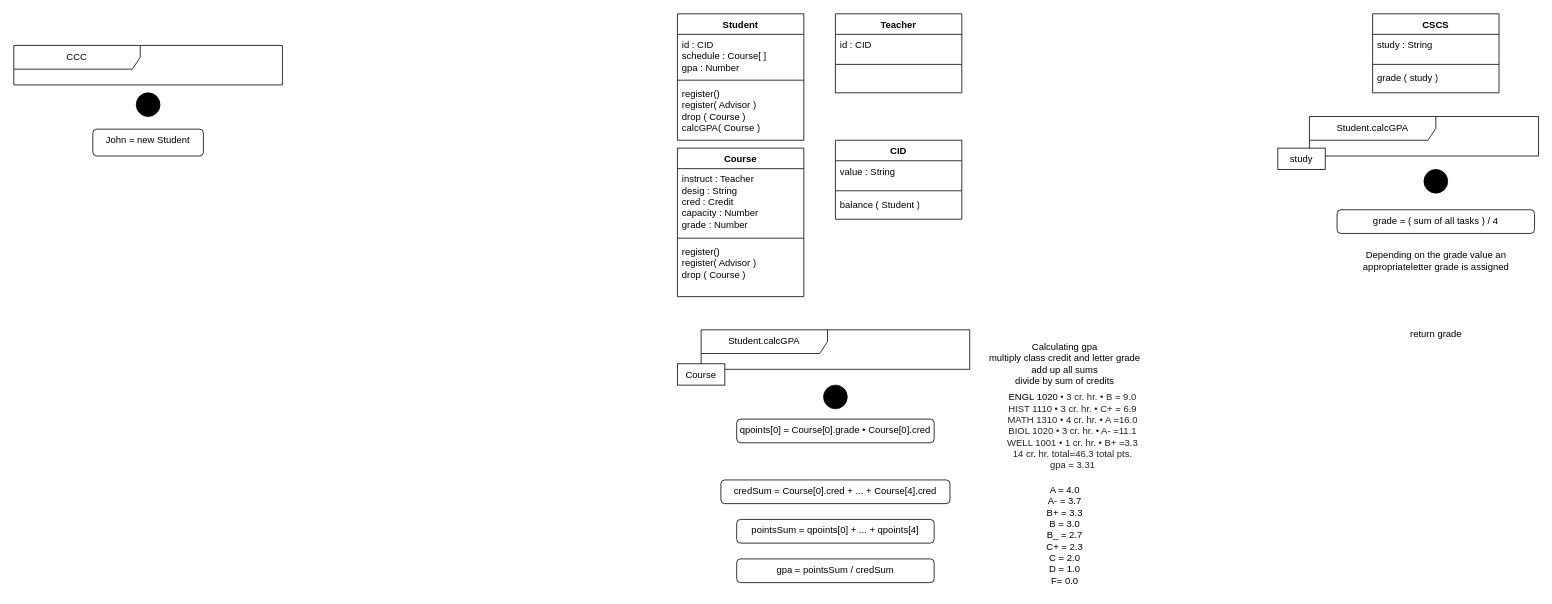
VoltageGP/ccc-model keeps this draw.io diagram as page "CCC" (1 of 3) of ccc-model.drawio. Above is the earlier version. Source tidied: cells renumbered, new cells numbered last; positions are measured from the earlier drawing's top-left corner, leaving out a move shared by most shapes. Both pictures are drawn from the tidied source at 79%, with x=0, y=0 at pixel (13, 13).
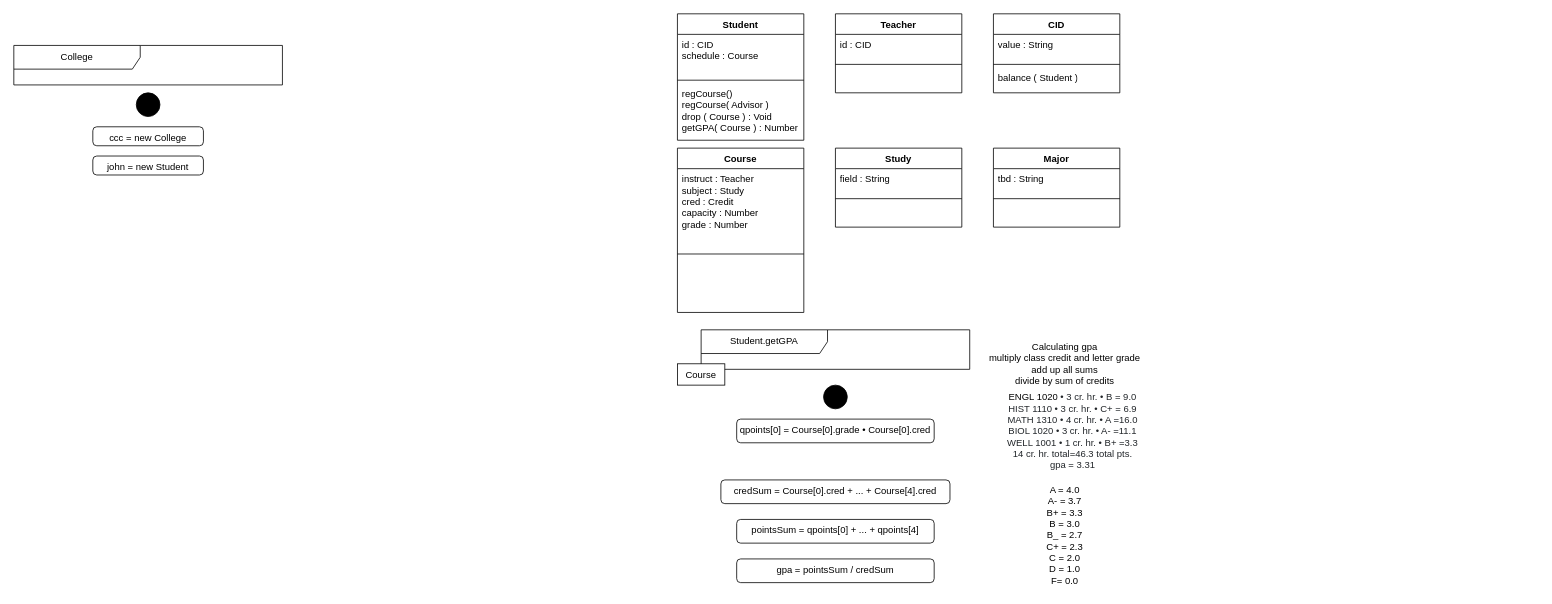
Above is the later version.

Commit message (it also covers changes not shown here):
Changed variable name from keyword register to regCourse, changed names of various other variables

The change refers to these unchanged cells:
```xml
<mxCell id="2" value="Student" style="swimlane;fontStyle=1;align=center;verticalAlign=top;horizontal=1;startSize=26;whiteSpace=wrap;html=1;" parent="1" vertex="1">
  <mxGeometry x="840" width="160" height="160" as="geometry" />
</mxCell>
```

Change to the diagram source:
```diff
@@
-    <mxCell id="3" value="id : CID&lt;br&gt;schedule : Course[ ]&lt;br&gt;gpa : Number" style="text;strokeColor=none;fillColor=none;align=left;verticalAlign=top;spacingLeft=4;spacingRight=4;overflow=hidden;whiteSpace=wrap;html=1;" parent="2" vertex="1">
+    <mxCell id="3" value="id : CID&lt;br&gt;schedule : Course" style="text;strokeColor=none;fillColor=none;align=left;verticalAlign=top;spacingLeft=4;spacingRight=4;overflow=hidden;whiteSpace=wrap;html=1;" parent="2" vertex="1">
       <mxGeometry y="26" width="160" height="54" as="geometry" />
     </mxCell>
@@
-    <mxCell id="5" value="register()&lt;br&gt;register( Advisor )&lt;br&gt;drop ( Course )&lt;br&gt;calcGPA( Course )" style="text;strokeColor=none;fillColor=none;align=left;verticalAlign=top;spacingLeft=4;spacingRight=4;overflow=hidden;whiteSpace=wrap;html=1;" parent="2" vertex="1">
+    <mxCell id="5" value="regCourse()&lt;br&gt;regCourse( Advisor )&lt;br&gt;drop ( Course ) : Void&lt;br&gt;getGPA( Course ) : Number" style="text;strokeColor=none;fillColor=none;align=left;verticalAlign=top;spacingLeft=4;spacingRight=4;overflow=hidden;whiteSpace=wrap;html=1;" parent="2" vertex="1">
       <mxGeometry y="88" width="160" height="72" as="geometry" />
     </mxCell>
     <mxCell id="6" value="Course" style="swimlane;fontStyle=1;align=center;verticalAlign=top;horizontal=1;startSize=26;whiteSpace=wrap;html=1;" parent="1" vertex="1">
-      <mxGeometry x="840" y="170" width="160" height="188" as="geometry" />
+      <mxGeometry x="840" y="170" width="160" height="208" as="geometry" />
     </mxCell>
-    <mxCell id="7" value="instruct : Teacher&lt;br&gt;desig : String&lt;br&gt;cred : Credit&lt;br&gt;capacity : Number&lt;br&gt;grade : Number" style="text;strokeColor=none;fillColor=none;align=left;verticalAlign=top;spacingLeft=4;spacingRight=4;overflow=hidden;whiteSpace=wrap;html=1;" parent="6" vertex="1">
-      <mxGeometry y="26" width="160" height="84" as="geometry" />
+    <mxCell id="7" value="instruct : Teacher&lt;br&gt;subject : Study&lt;br&gt;cred : Credit&lt;br&gt;capacity : Number&lt;br&gt;grade : Number" style="text;strokeColor=none;fillColor=none;align=left;verticalAlign=top;spacingLeft=4;spacingRight=4;overflow=hidden;whiteSpace=wrap;html=1;" parent="6" vertex="1">
+      <mxGeometry y="26" width="160" height="104" as="geometry" />
     </mxCell>
     <mxCell id="8" style="line;strokeWidth=1;fillColor=none;align=left;verticalAlign=middle;spacingTop=-1;spacingLeft=3;spacingRight=3;labelPosition=right;strokeColor=inherit;" parent="6" vertex="1">
-      <mxGeometry y="110" width="160" height="8" as="geometry" />
+      <mxGeometry y="130" width="160" height="8" as="geometry" />
     </mxCell>
-    <mxCell id="9" value="register()&lt;br&gt;register( Advisor )&lt;br&gt;drop ( Course )" style="text;strokeColor=none;fillColor=none;align=left;verticalAlign=top;spacingLeft=4;spacingRight=4;overflow=hidden;whiteSpace=wrap;html=1;" parent="6" vertex="1">
-      <mxGeometry y="118" width="160" height="70" as="geometry" />
+    <mxCell id="9" value="&amp;nbsp;" style="text;strokeColor=none;fillColor=none;align=left;verticalAlign=top;spacingLeft=4;spacingRight=4;overflow=hidden;whiteSpace=wrap;html=1;" parent="6" vertex="1">
+      <mxGeometry y="138" width="160" height="70" as="geometry" />
     </mxCell>
     <mxCell id="10" value="CID" style="swimlane;fontStyle=1;align=center;verticalAlign=top;horizontal=1;startSize=26;whiteSpace=wrap;html=1;" parent="1" vertex="1">
-      <mxGeometry x="1040" y="160" width="160" height="100" as="geometry" />
+      <mxGeometry x="1240" width="160" height="100" as="geometry" />
     </mxCell>
@@
-    <mxCell id="18" value="Student.calcGPA" style="shape=umlFrame;whiteSpace=wrap;html=1;width=160;" parent="1" vertex="1">
+    <mxCell id="18" value="Student.getGPA" style="shape=umlFrame;whiteSpace=wrap;html=1;width=160;" parent="1" vertex="1">
       <mxGeometry x="870" y="400" width="340" height="50" as="geometry" />
     </mxCell>
@@
-    <mxCell id="25" value="CCC" style="shape=umlFrame;whiteSpace=wrap;html=1;width=160;" parent="1" vertex="1">
+    <mxCell id="25" value="College" style="shape=umlFrame;whiteSpace=wrap;html=1;width=160;" parent="1" vertex="1">
       <mxGeometry y="40" width="340" height="50" as="geometry" />
     </mxCell>
@@
-    <mxCell id="27" value="John = new Student" style="html=1;align=center;verticalAlign=top;rounded=1;absoluteArcSize=1;arcSize=10;dashed=0;whiteSpace=wrap;" parent="1" vertex="1">
-      <mxGeometry x="100" y="146" width="140" height="34" as="geometry" />
+    <mxCell id="27" value="john = new Student" style="html=1;align=center;verticalAlign=top;rounded=1;absoluteArcSize=1;arcSize=10;dashed=0;whiteSpace=wrap;" parent="1" vertex="1">
+      <mxGeometry x="100" y="180" width="140" height="24" as="geometry" />
     </mxCell>
@@
-    <mxCell id="31" value="CSCS" style="swimlane;fontStyle=1;align=center;verticalAlign=top;horizontal=1;startSize=26;whiteSpace=wrap;html=1;" parent="1" vertex="1">
-      <mxGeometry x="1720" width="160" height="100" as="geometry" />
+    <mxCell id="31" value="Study" style="swimlane;fontStyle=1;align=center;verticalAlign=top;horizontal=1;startSize=26;whiteSpace=wrap;html=1;" parent="1" vertex="1">
+      <mxGeometry x="1040" y="170" width="160" height="100" as="geometry" />
     </mxCell>
-    <mxCell id="32" value="study : String" style="text;strokeColor=none;fillColor=none;align=left;verticalAlign=top;spacingLeft=4;spacingRight=4;overflow=hidden;whiteSpace=wrap;html=1;" parent="31" vertex="1">
+    <mxCell id="32" value="field : String" style="text;strokeColor=none;fillColor=none;align=left;verticalAlign=top;spacingLeft=4;spacingRight=4;overflow=hidden;whiteSpace=wrap;html=1;" parent="31" vertex="1">
       <mxGeometry y="26" width="160" height="34" as="geometry" />
     </mxCell>
@@
-    <mxCell id="34" value="grade ( study )" style="text;strokeColor=none;fillColor=none;align=left;verticalAlign=top;spacingLeft=4;spacingRight=4;overflow=hidden;whiteSpace=wrap;html=1;" parent="31" vertex="1">
+    <mxCell id="34" value="&amp;nbsp;" style="text;strokeColor=none;fillColor=none;align=left;verticalAlign=top;spacingLeft=4;spacingRight=4;overflow=hidden;whiteSpace=wrap;html=1;" parent="31" vertex="1">
       <mxGeometry y="68" width="160" height="32" as="geometry" />
     </mxCell>
-    <mxCell id="35" value="Student.calcGPA" style="shape=umlFrame;whiteSpace=wrap;html=1;width=160;" parent="1" vertex="1">
-      <mxGeometry x="1640" y="130" width="290" height="50" as="geometry" />
-    </mxCell>
-    <mxCell id="36" value="study" style="html=1;align=center;verticalAlign=middle;rounded=0;absoluteArcSize=1;arcSize=10;dashed=0;whiteSpace=wrap;" parent="1" vertex="1">
-      <mxGeometry x="1600" y="170" width="60" height="27" as="geometry" />
-    </mxCell>
-    <mxCell id="37" style="ellipse;fillColor=strokeColor;html=1;" parent="1" vertex="1">
-      <mxGeometry x="1785" y="197" width="30" height="30" as="geometry" />
-    </mxCell>
-    <mxCell id="38" value="grade = ( sum of all tasks ) / 4" style="html=1;align=center;verticalAlign=top;rounded=1;absoluteArcSize=1;arcSize=10;dashed=0;whiteSpace=wrap;" parent="1" vertex="1">
-      <mxGeometry x="1675" y="248" width="250" height="30" as="geometry" />
-    </mxCell>
-    <mxCell id="39" value="Depending on the grade value an&lt;br&gt;appropriateletter grade is assigned" style="text;html=1;align=center;verticalAlign=middle;strokeColor=none;fillColor=none;" parent="1" vertex="1">
-      <mxGeometry x="1695" y="293" width="210" height="40" as="geometry" />
-    </mxCell>
-    <mxCell id="40" value="return grade" style="text;html=1;align=center;verticalAlign=middle;strokeColor=none;fillColor=none;" parent="1" vertex="1">
-      <mxGeometry x="1755" y="390" width="90" height="30" as="geometry" />
-    </mxCell>
+    <mxCell id="41" value="ccc = new College" style="html=1;align=center;verticalAlign=top;rounded=1;absoluteArcSize=1;arcSize=10;dashed=0;whiteSpace=wrap;" parent="1" vertex="1">
+      <mxGeometry x="100" y="143" width="140" height="24" as="geometry" />
+    </mxCell>
+    <mxCell id="42" value="Major" style="swimlane;fontStyle=1;align=center;verticalAlign=top;horizontal=1;startSize=26;whiteSpace=wrap;html=1;" parent="1" vertex="1">
+      <mxGeometry x="1240" y="170" width="160" height="100" as="geometry" />
+    </mxCell>
+    <mxCell id="43" value="tbd : String" style="text;strokeColor=none;fillColor=none;align=left;verticalAlign=top;spacingLeft=4;spacingRight=4;overflow=hidden;whiteSpace=wrap;html=1;" parent="42" vertex="1">
+      <mxGeometry y="26" width="160" height="34" as="geometry" />
+    </mxCell>
+    <mxCell id="44" style="line;strokeWidth=1;fillColor=none;align=left;verticalAlign=middle;spacingTop=-1;spacingLeft=3;spacingRight=3;labelPosition=right;strokeColor=inherit;" parent="42" vertex="1">
+      <mxGeometry y="60" width="160" height="8" as="geometry" />
+    </mxCell>
+    <mxCell id="45" value="&amp;nbsp;" style="text;strokeColor=none;fillColor=none;align=left;verticalAlign=top;spacingLeft=4;spacingRight=4;overflow=hidden;whiteSpace=wrap;html=1;" parent="42" vertex="1">
+      <mxGeometry y="68" width="160" height="32" as="geometry" />
+    </mxCell>
```
